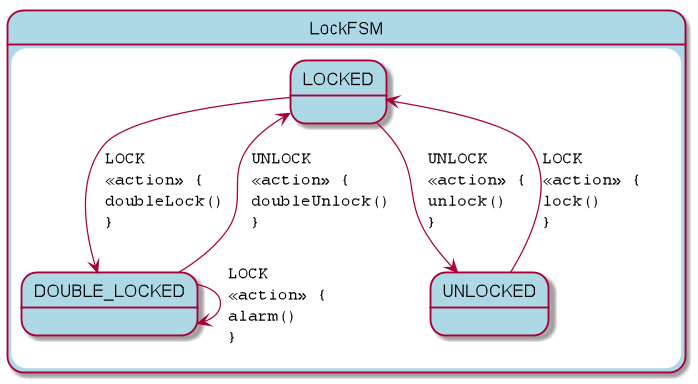
This is lock.png from open-jumpco/kfsm-samples, a PlantUML export, as it was before one commit.
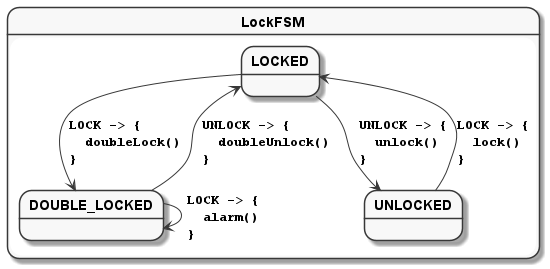
The same file after the commit.

Diff of the diagram source:
```diff
@@ -1,14 +1,16 @@
 @startuml
+skinparam monochrome true
 skinparam StateFontName Helvetica
 skinparam defaultFontName Monospaced
+skinparam defaultFontStyle Bold
 skinparam state {
-    BackgroundColor LightBlue
+    FontStyle Bold
 }
 state LockFSM {
-LOCKED --> DOUBLE_LOCKED : LOCK\l<<action>> {\ldoubleLock()\l}
-LOCKED --> UNLOCKED : UNLOCK\l<<action>> {\lunlock()\l}
-DOUBLE_LOCKED --> LOCKED : UNLOCK\l<<action>> {\ldoubleUnlock()\l}
-DOUBLE_LOCKED --> DOUBLE_LOCKED : LOCK\l<<action>> {\lalarm()\l}
-UNLOCKED --> LOCKED : LOCK\l<<action>> {\llock()\l}
+LOCKED --> DOUBLE_LOCKED : LOCK -> {\l  doubleLock()\l}
+LOCKED --> UNLOCKED : UNLOCK -> {\l  unlock()\l}
+DOUBLE_LOCKED --> LOCKED : UNLOCK -> {\l  doubleUnlock()\l}
+DOUBLE_LOCKED --> DOUBLE_LOCKED : LOCK -> {\l  alarm()\l}
+UNLOCKED --> LOCKED : LOCK -> {\l  lock()\l}
 }
 @enduml
```
